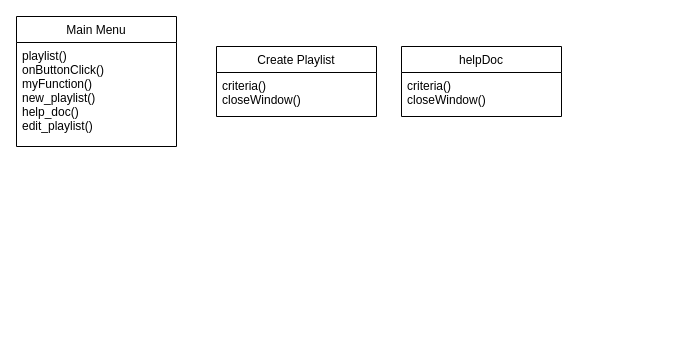
Earlier version of the draw.io diagram Diagrams/Class/GUI_Class_Diagram.drawio (stpilks99/moodipy). Source tidied: cells renumbered, new cells numbered last; positions are measured from the earlier drawing's top-left corner, leaving out a move shared by most shapes. Both pictures are drawn from the tidied source at 100%, with x=0, y=0 at pixel (16, 16).
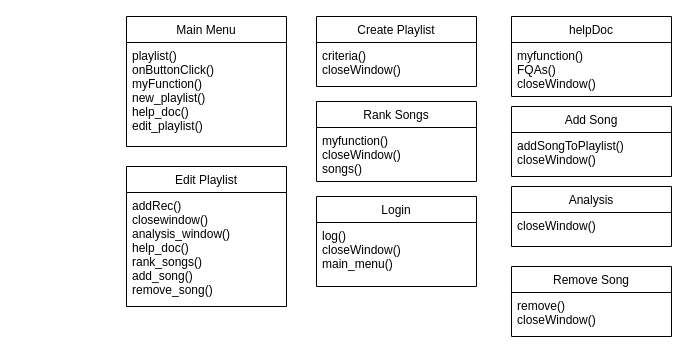
The same page after the edit.

Change to the diagram source:
```diff
@@
 <mxGraphModel>
   <root>
     <mxCell id="0" />
     <mxCell id="1" parent="0" />
     <mxCell id="2" value="Main Menu" style="swimlane;fontStyle=0;horizontal=1;startSize=26;fillColor=none;" parent="1" vertex="1">
-      <mxGeometry width="160" height="130" as="geometry" />
+      <mxGeometry x="110" width="160" height="130" as="geometry" />
     </mxCell>
     <mxCell id="3" value="playlist()&#10;onButtonClick()&#10;myFunction()&#10;new_playlist()&#10;help_doc()&#10;edit_playlist()" style="text;strokeColor=none;fillColor=none;align=left;verticalAlign=top;spacingLeft=4;spacingRight=4;overflow=hidden;" parent="2" vertex="1">
       <mxGeometry y="26" width="160" height="104" as="geometry" />
     </mxCell>
+    <mxCell id="8" value="Edit Playlist" style="swimlane;fontStyle=0;horizontal=1;startSize=26;fillColor=none;" parent="1" vertex="1">
+      <mxGeometry x="110" y="150" width="160" height="140" as="geometry" />
+    </mxCell>
+    <mxCell id="9" value="addRec()&#10;closewindow()&#10;analysis_window()&#10;help_doc()&#10;rank_songs()&#10;add_song()&#10;remove_song()" style="text;strokeColor=none;fillColor=none;align=left;verticalAlign=top;spacingLeft=4;spacingRight=4;overflow=hidden;" parent="8" vertex="1">
+      <mxGeometry y="26" width="160" height="114" as="geometry" />
+    </mxCell>
     <mxCell id="4" value="Create Playlist" style="swimlane;fontStyle=0;horizontal=1;startSize=26;fillColor=none;" parent="1" vertex="1">
-      <mxGeometry x="200" y="30" width="160" height="70" as="geometry" />
+      <mxGeometry x="300" width="160" height="70" as="geometry" />
     </mxCell>
     <mxCell id="5" value="criteria()&#10;closeWindow()" style="text;strokeColor=none;fillColor=none;align=left;verticalAlign=top;spacingLeft=4;spacingRight=4;overflow=hidden;" parent="4" vertex="1">
       <mxGeometry y="26" width="160" height="44" as="geometry" />
     </mxCell>
     <mxCell id="6" value="helpDoc" style="swimlane;fontStyle=0;horizontal=1;startSize=26;fillColor=none;" parent="1" vertex="1">
-      <mxGeometry x="385" y="30" width="160" height="70" as="geometry" />
+      <mxGeometry x="495" width="160" height="80" as="geometry" />
     </mxCell>
-    <mxCell id="7" value="criteria()&#10;closeWindow()" style="text;strokeColor=none;fillColor=none;align=left;verticalAlign=top;spacingLeft=4;spacingRight=4;overflow=hidden;" parent="6" vertex="1">
-      <mxGeometry y="26" width="160" height="44" as="geometry" />
+    <mxCell id="7" value="myfunction()&#10;FQAs()&#10;closeWindow()" style="text;strokeColor=none;fillColor=none;align=left;verticalAlign=top;spacingLeft=4;spacingRight=4;overflow=hidden;" parent="6" vertex="1">
+      <mxGeometry y="26" width="160" height="54" as="geometry" />
     </mxCell>
+    <mxCell id="10" value="Add Song" style="swimlane;fontStyle=0;horizontal=1;startSize=26;fillColor=none;" parent="1" vertex="1">
+      <mxGeometry x="495" y="90" width="160" height="70" as="geometry" />
+    </mxCell>
+    <mxCell id="11" value="addSongToPlaylist()&#10;closeWindow()" style="text;strokeColor=none;fillColor=none;align=left;verticalAlign=top;spacingLeft=4;spacingRight=4;overflow=hidden;" parent="10" vertex="1">
+      <mxGeometry y="26" width="160" height="44" as="geometry" />
+    </mxCell>
+    <mxCell id="12" value="Rank Songs" style="swimlane;fontStyle=0;horizontal=1;startSize=26;fillColor=none;" parent="1" vertex="1">
+      <mxGeometry x="300" y="85" width="160" height="80" as="geometry" />
+    </mxCell>
+    <mxCell id="13" value="myfunction()&#10;closeWindow()&#10;songs()" style="text;strokeColor=none;fillColor=none;align=left;verticalAlign=top;spacingLeft=4;spacingRight=4;overflow=hidden;" parent="12" vertex="1">
+      <mxGeometry y="26" width="160" height="54" as="geometry" />
+    </mxCell>
+    <mxCell id="14" value="Login" style="swimlane;fontStyle=0;horizontal=1;startSize=26;fillColor=none;" parent="1" vertex="1">
+      <mxGeometry x="300" y="180" width="160" height="90" as="geometry" />
+    </mxCell>
+    <mxCell id="15" value="log()&#10;closeWindow()&#10;main_menu()" style="text;strokeColor=none;fillColor=none;align=left;verticalAlign=top;spacingLeft=4;spacingRight=4;overflow=hidden;" parent="14" vertex="1">
+      <mxGeometry y="26" width="160" height="64" as="geometry" />
+    </mxCell>
+    <mxCell id="16" value="Analysis" style="swimlane;fontStyle=0;horizontal=1;startSize=26;fillColor=none;" parent="1" vertex="1">
+      <mxGeometry x="495" y="170" width="160" height="60" as="geometry" />
+    </mxCell>
+    <mxCell id="17" value="closeWindow()" style="text;strokeColor=none;fillColor=none;align=left;verticalAlign=top;spacingLeft=4;spacingRight=4;overflow=hidden;" parent="16" vertex="1">
+      <mxGeometry y="26" width="160" height="34" as="geometry" />
+    </mxCell>
+    <mxCell id="18" value="Remove Song" style="swimlane;fontStyle=0;horizontal=1;startSize=26;fillColor=none;" parent="1" vertex="1">
+      <mxGeometry x="495" y="250" width="160" height="70" as="geometry" />
+    </mxCell>
+    <mxCell id="19" value="remove()&#10;closeWindow()" style="text;strokeColor=none;fillColor=none;align=left;verticalAlign=top;spacingLeft=4;spacingRight=4;overflow=hidden;" parent="18" vertex="1">
+      <mxGeometry y="26" width="160" height="44" as="geometry" />
+    </mxCell>
   </root>
 </mxGraphModel>
```
